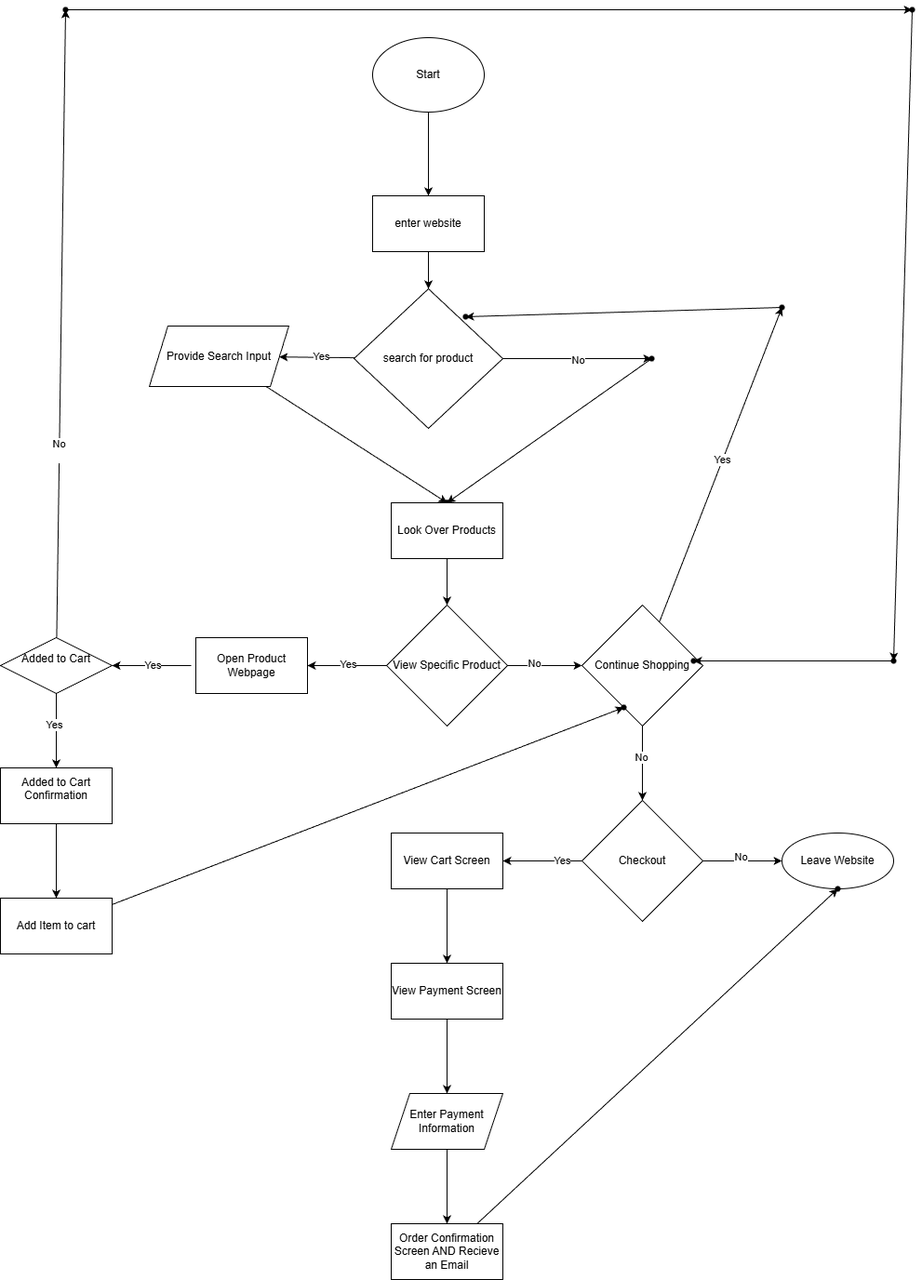
Earlier version of the draw.io export explore/diagramming/diagram.drawio.png (AndrewLe0427/sp26-cse110-lab4). Source tidied: cells renumbered, new cells last; positions are measured from the earlier drawing's top-left corner, leaving out a move shared by most shapes.
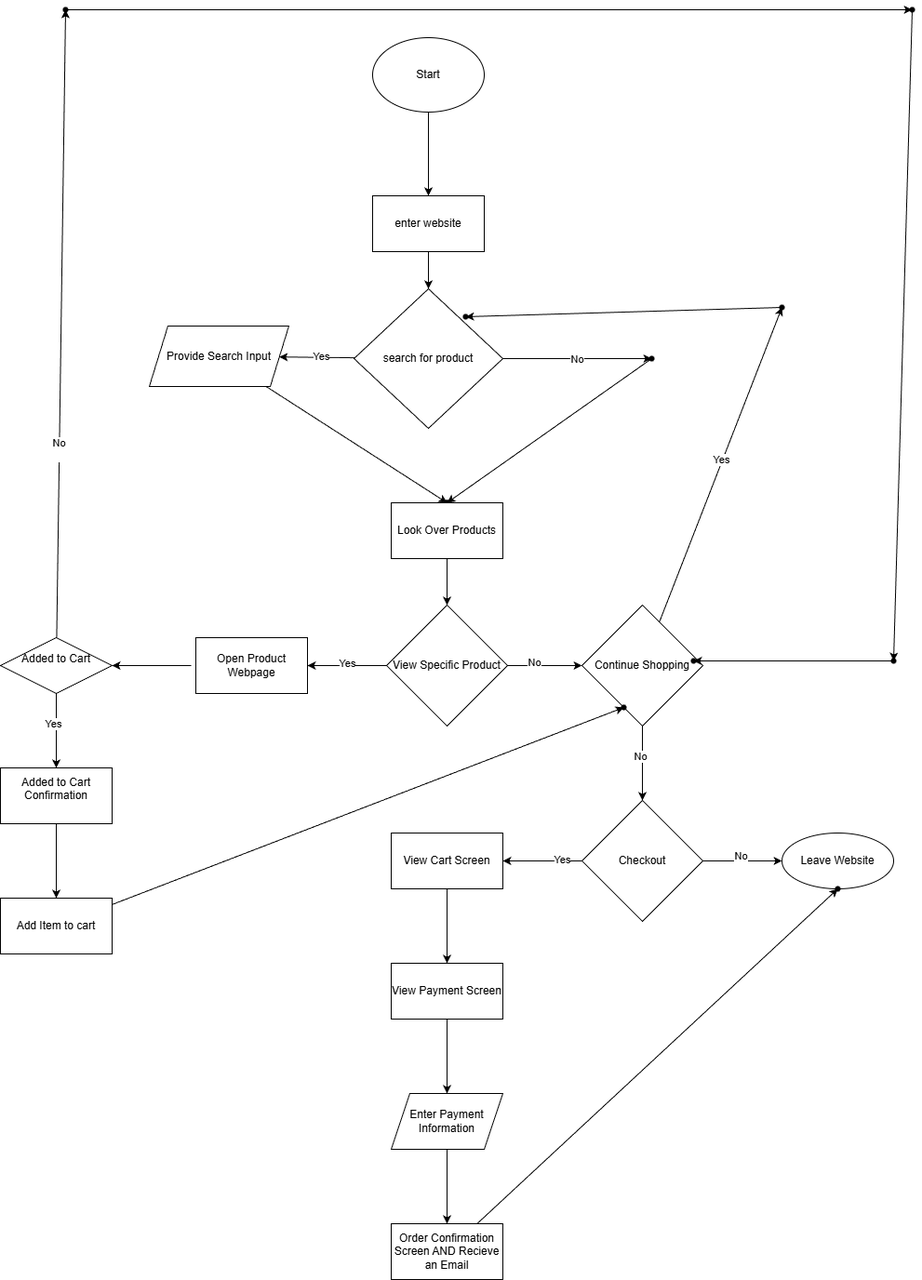
The same file after the commit.

The edit, as a diff of the source:
```diff
@@ -73,9 +73,6 @@
         <mxPoint x="205" y="715" as="sourcePoint" />
       </mxGeometry>
     </mxCell>
-    <mxCell id="25" value="Yes" style="edgeLabel;html=1;align=center;verticalAlign=middle;" parent="24" vertex="1">
-      <mxGeometry x="-0.02" y="-1" relative="1" as="geometry" />
-    </mxCell>
     <mxCell id="26" style="edgeStyle=none;html=1;" parent="1" edge="1" source="30" target="41">
       <mxGeometry relative="1" as="geometry" />
     </mxCell>
```
